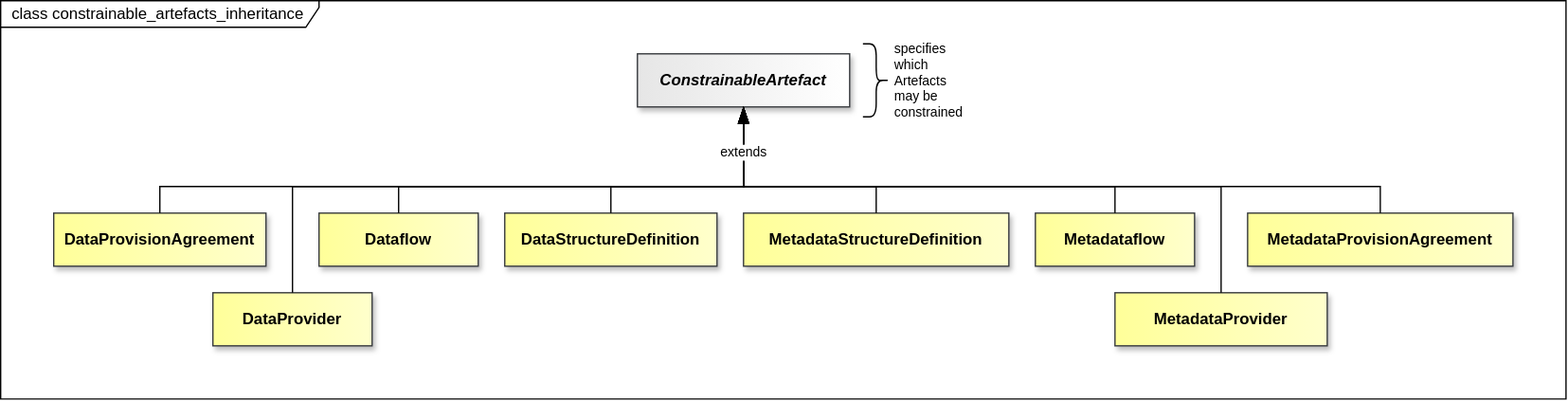
Above: docs/information_model/media/sdmx_registry-constrainable_inheritance.svg in sdmx-twg/sdmx-im (draw.io), before the change. Source tidied: cells renumbered, new cells last; positions are measured from the earlier drawing's top-left corner, leaving out a move shared by most shapes.
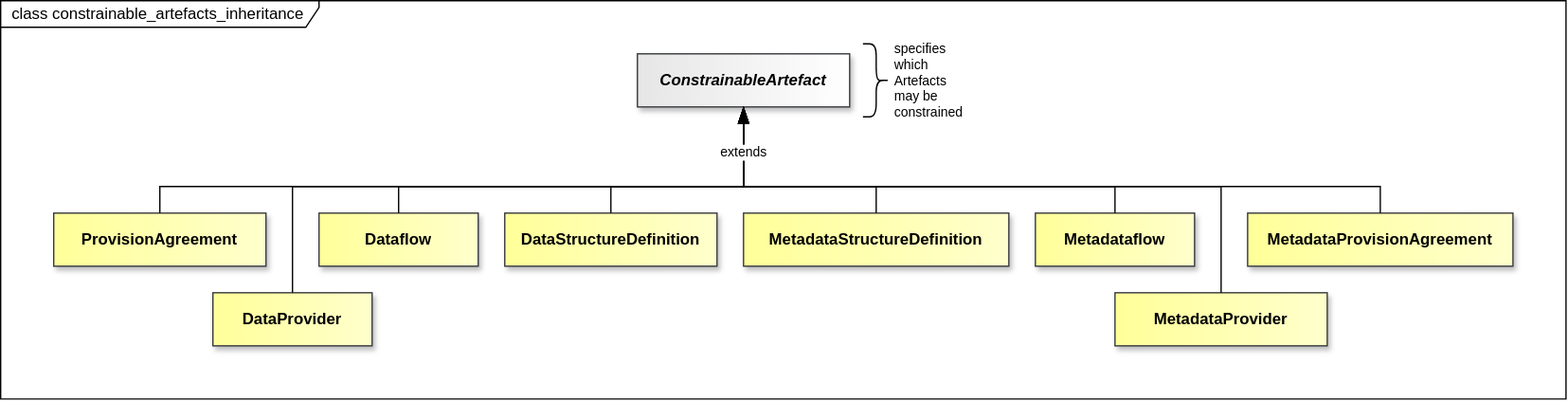
The same file after the commit.

The edit, as a diff of the source:
```diff
@@ -185,7 +185,7 @@
     <mxCell id="62" value="&lt;span&gt;&lt;span&gt;MetadataProvider&lt;/span&gt;&lt;/span&gt;" style="whiteSpace=wrap;html=1;verticalAlign=middle;gradientDirection=east;imageVerticalAlign=top;fontStyle=1;fillColor=light-dark(#FFFF99,#FFFF99);strokeColor=#36393d;fontColor=light-dark(#000000,#000000);gradientColor=light-dark(#FFFFCC,#FFFFCC);shadow=1;" parent="1" vertex="1">
       <mxGeometry x="840" y="220" width="160" height="40" as="geometry" />
     </mxCell>
-    <mxCell id="63" value="&lt;span&gt;&lt;span&gt;DataProvisionAgreement&lt;/span&gt;&lt;/span&gt;" style="whiteSpace=wrap;html=1;verticalAlign=middle;gradientDirection=east;imageVerticalAlign=top;fontStyle=1;fillColor=light-dark(#FFFF99,#FFFF99);strokeColor=#36393d;fontColor=light-dark(#000000,#000000);gradientColor=light-dark(#FFFFCC,#FFFFCC);shadow=1;" parent="1" vertex="1">
+    <mxCell id="63" value="&lt;span&gt;&lt;span&gt;ProvisionAgreement&lt;/span&gt;&lt;/span&gt;" style="whiteSpace=wrap;html=1;verticalAlign=middle;gradientDirection=east;imageVerticalAlign=top;fontStyle=1;fillColor=light-dark(#FFFF99,#FFFF99);strokeColor=#36393d;fontColor=light-dark(#000000,#000000);gradientColor=light-dark(#FFFFCC,#FFFFCC);shadow=1;" parent="1" vertex="1">
       <mxGeometry x="40" y="160" width="160" height="40" as="geometry" />
     </mxCell>
     <mxCell id="64" value="&lt;span&gt;&lt;span&gt;MetadataProvisionAgreement&lt;/span&gt;&lt;/span&gt;" style="whiteSpace=wrap;html=1;verticalAlign=middle;gradientDirection=east;imageVerticalAlign=top;fontStyle=1;fillColor=light-dark(#FFFF99,#FFFF99);strokeColor=#36393d;fontColor=light-dark(#000000,#000000);gradientColor=light-dark(#FFFFCC,#FFFFCC);shadow=1;" parent="1" vertex="1">
```
